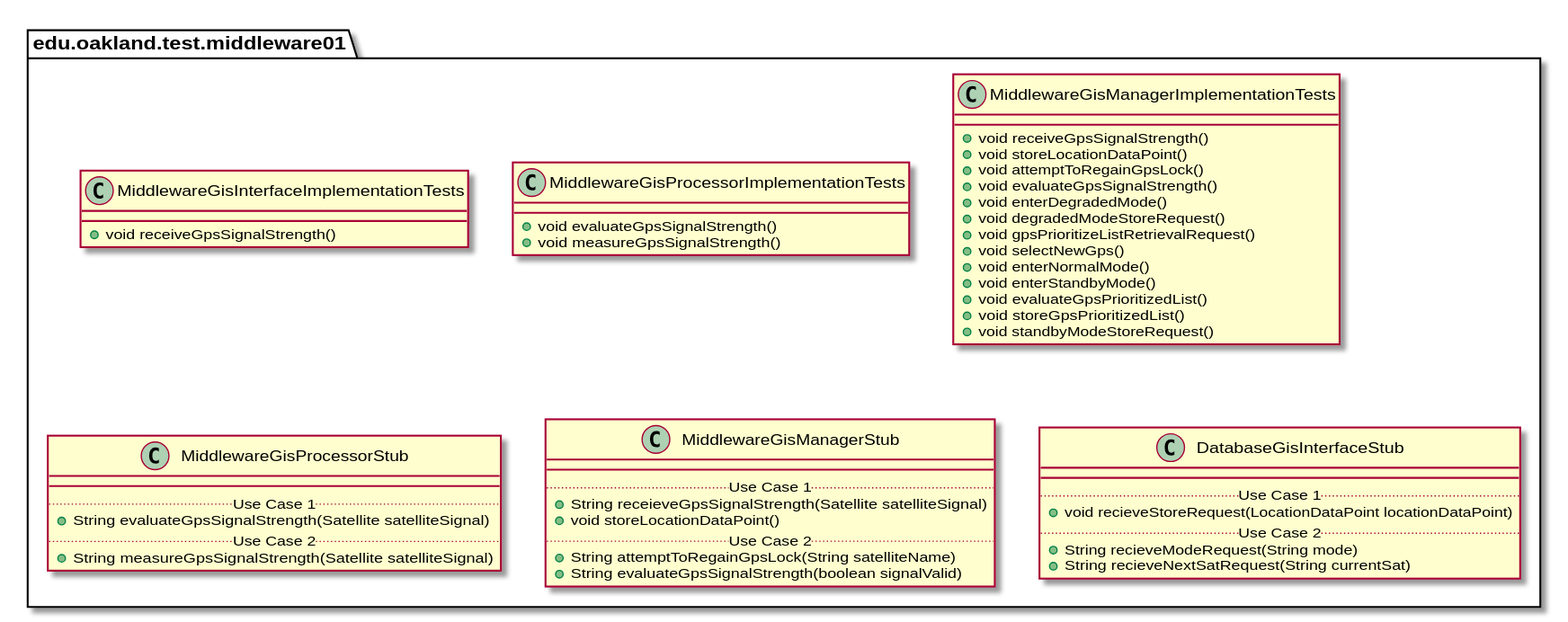
Before: docs/uml-class-diagrams/middleware01/test/Middleware01TestPackage.svg, a diagram exported from PlantUML (elilley15/csi-3370-software-project).
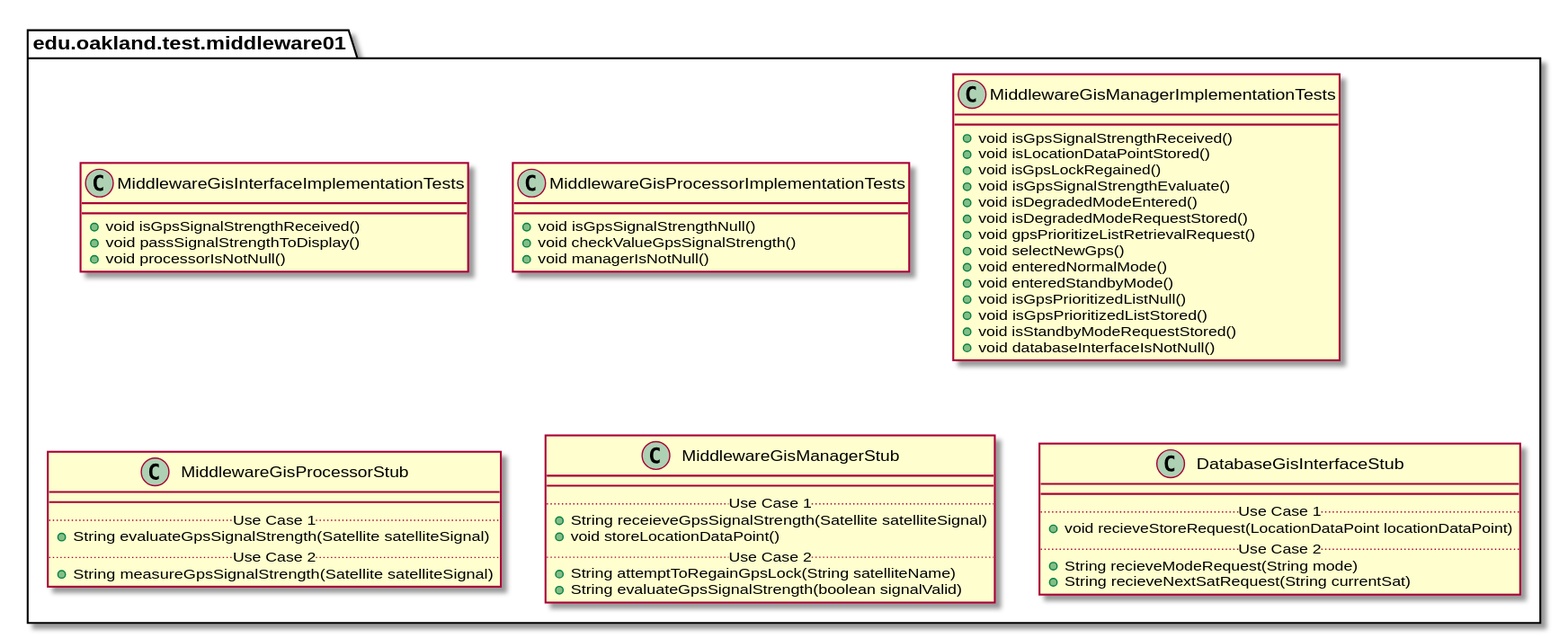
The same file after the commit.

Change to the diagram source:
```diff
@@ -7,34 +7,38 @@
 
 package edu.oakland.test.middleware01 {
   class MiddlewareGisInterfaceImplementationTests {
-    + void receiveGpsSignalStrength()
+    + void isGpsSignalStrengthReceived()
+    + void passSignalStrengthToDisplay()
+    + void processorIsNotNull()
   }
 }
 
 
 package edu.oakland.test.middleware01 {
   class MiddlewareGisProcessorImplementationTests {
-    + void evaluateGpsSignalStrength()
-    + void measureGpsSignalStrength()
+    + void isGpsSignalStrengthNull()
+    + void checkValueGpsSignalStrength()
+    + void managerIsNotNull()
   }
 }
 
 
 package edu.oakland.test.middleware01 {
   class MiddlewareGisManagerImplementationTests {
-    + void receiveGpsSignalStrength()
-    + void storeLocationDataPoint()
-    + void attemptToRegainGpsLock()
-    + void evaluateGpsSignalStrength()
-    + void enterDegradedMode()
-    + void degradedModeStoreRequest()
+    + void isGpsSignalStrengthReceived()
+    + void isLocationDataPointStored()
+    + void isGpsLockRegained()
+    + void isGpsSignalStrengthEvaluate()
+    + void isDegradedModeEntered()
+    + void isDegradedModeRequestStored()
     + void gpsPrioritizeListRetrievalRequest()
     + void selectNewGps()
-    + void enterNormalMode()
-    + void enterStandbyMode()
-    + void evaluateGpsPrioritizedList()
-    + void storeGpsPrioritizedList()
-    + void standbyModeStoreRequest()
+    + void enteredNormalMode()
+    + void enteredStandbyMode()
+    + void isGpsPrioritizedListNull()
+    + void isGpsPrioritizedListStored()
+    + void isStandbyModeRequestStored()
+    + void databaseInterfaceIsNotNull()
   }
 }
 
```
